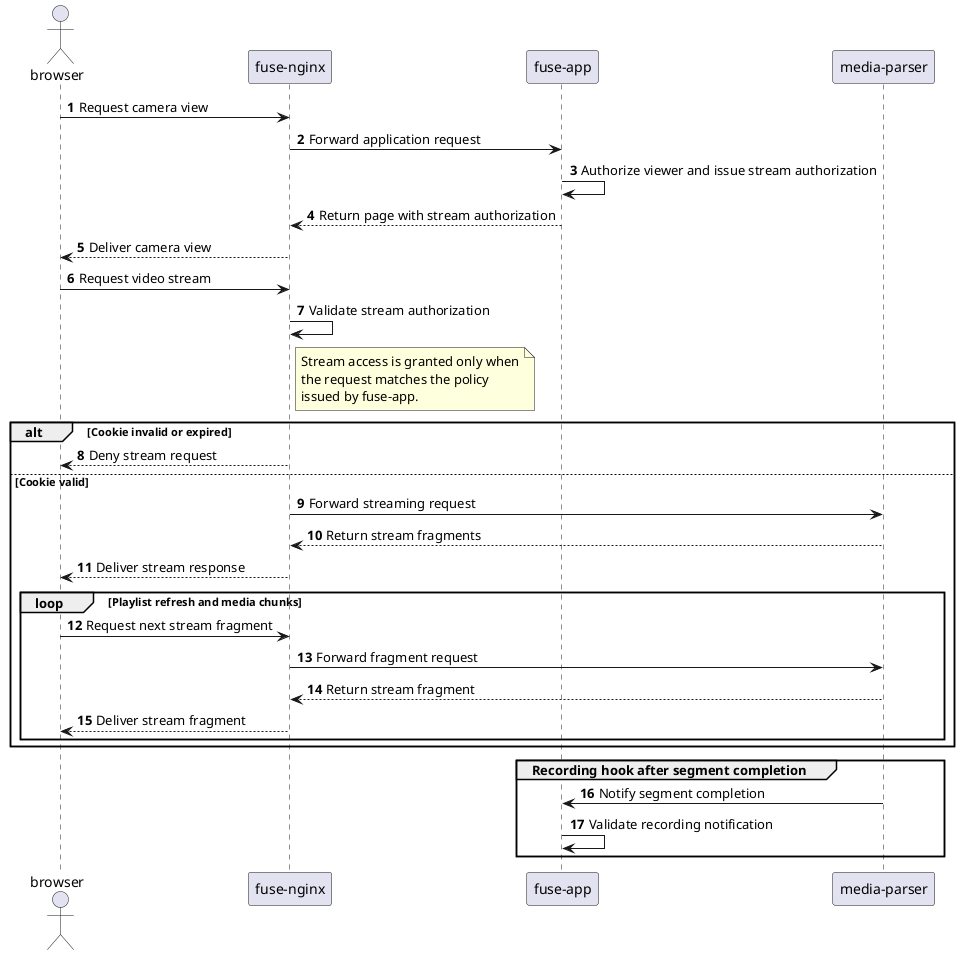
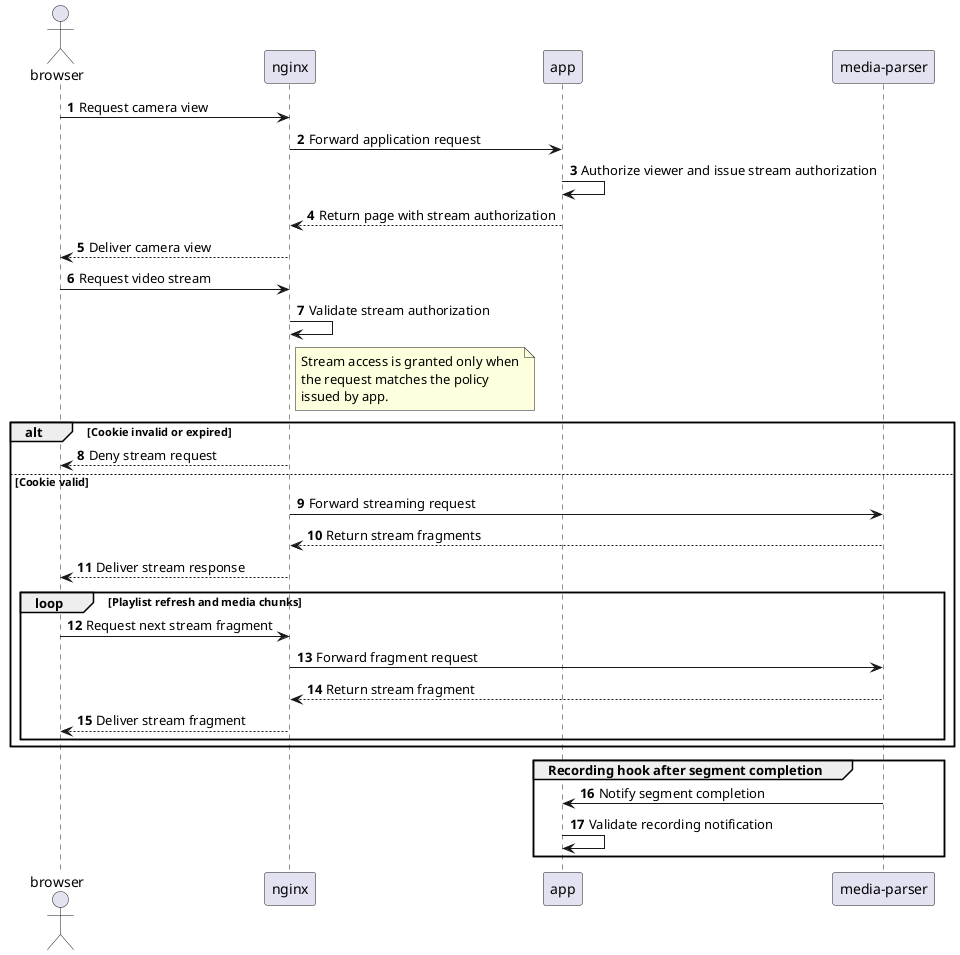
@startuml


autonumber
skinparam responseMessageBelowArrow true

actor "browser" as Browser
- participant "fuse-nginx" as Nginx
- participant "fuse-app" as FuseApp
+ participant "nginx" as Nginx
+ participant "app" as FuseApp
participant "media-parser" as MediaParser

Browser -> Nginx: Request camera view
Nginx -> FuseApp: Forward application request
FuseApp -> FuseApp: Authorize viewer and issue stream authorization
FuseApp --> Nginx: Return page with stream authorization
Nginx --> Browser: Deliver camera view

Browser -> Nginx: Request video stream
Nginx -> Nginx: Validate stream authorization
note right of Nginx
  Stream access is granted only when
  the request matches the policy
-   issued by fuse-app.
+   issued by app.
end note

alt Cookie invalid or expired
  Nginx --> Browser: Deny stream request
else Cookie valid
  Nginx -> MediaParser: Forward streaming request
  MediaParser --> Nginx: Return stream fragments
  Nginx --> Browser: Deliver stream response

  loop Playlist refresh and media chunks
    Browser -> Nginx: Request next stream fragment
    Nginx -> MediaParser: Forward fragment request
    MediaParser --> Nginx: Return stream fragment
    Nginx --> Browser: Deliver stream fragment
  end
end

group Recording hook after segment completion
  MediaParser -> FuseApp: Notify segment completion
  FuseApp -> FuseApp: Validate recording notification
end

@enduml
